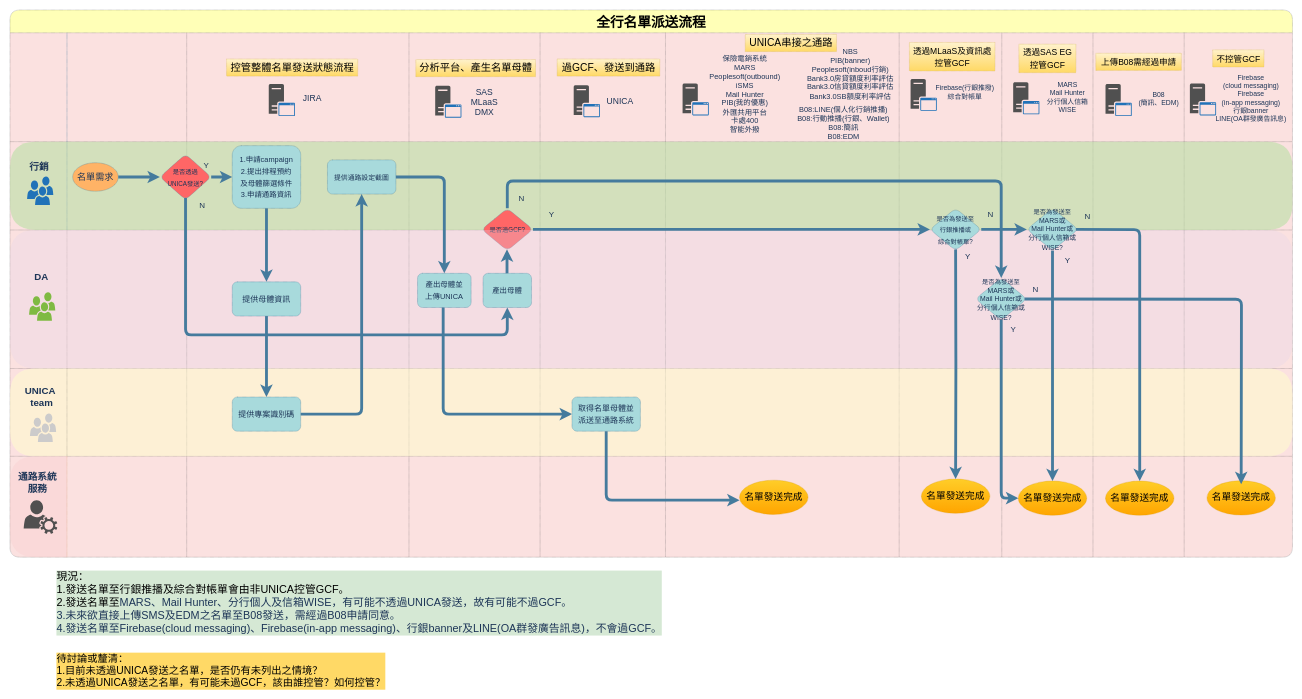
Earlier version of the draw.io diagram 全行名單流程.drawio (colin03564/drawio). Source tidied: cells renumbered, new cells numbered last; positions are measured from the earlier drawing's top-left corner, leaving out a move shared by most shapes. Both pictures are drawn from the tidied source at 57%, with x=0, y=0 at pixel (10, 10).
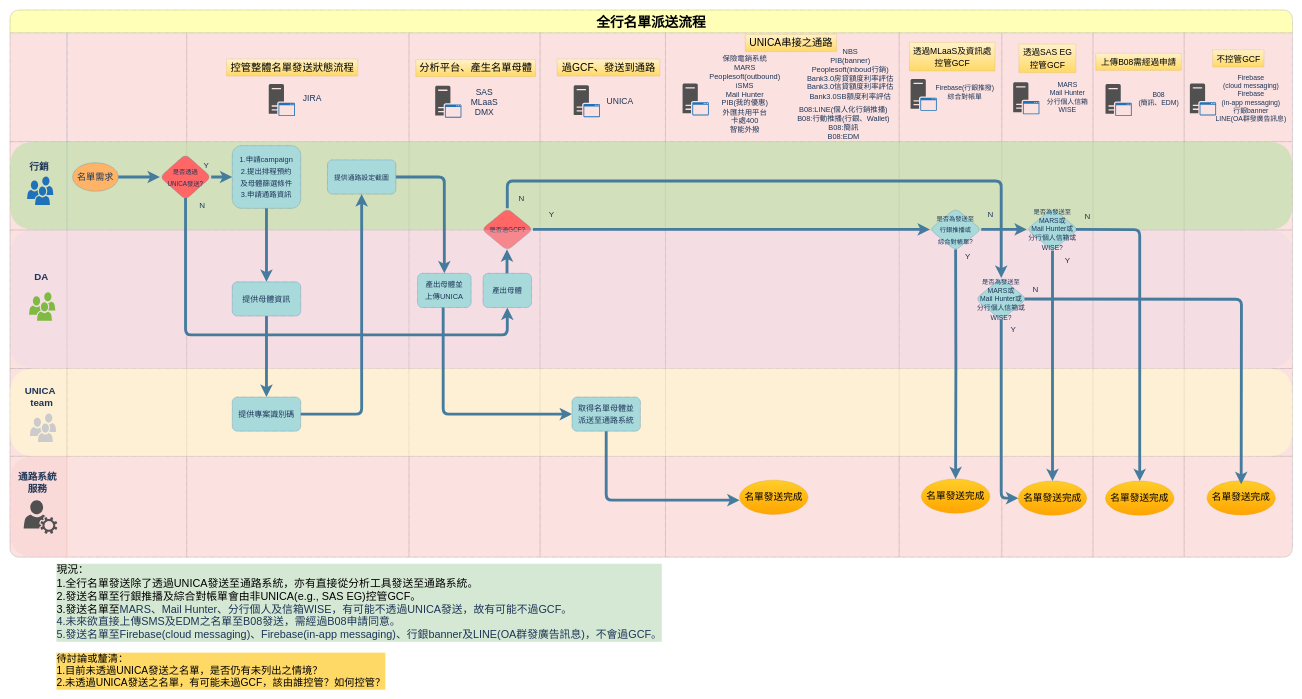
Above is the later version.

Commit message (it also covers changes not shown here):
更新全行名單流程.drawio

Change to the diagram source:
```diff
@@
-    <mxCell id="134" value="&lt;font style=&quot;font-size: 19px;&quot;&gt;&lt;span style=&quot;&quot;&gt;現況：&lt;br style=&quot;&quot;&gt;1.發送名單至行銀推播及綜合對帳單會由非UNICA控管GCF。&lt;br style=&quot;&quot;&gt;2.發送名單至&lt;span style=&quot;color: rgb(29, 53, 87); text-align: center;&quot;&gt;MARS、&lt;/span&gt;&lt;span style=&quot;color: rgb(29, 53, 87); text-align: center;&quot;&gt;Mail Hunter、&lt;/span&gt;&lt;span style=&quot;color: rgb(29, 53, 87); text-align: center;&quot;&gt;分行個人及信箱&lt;/span&gt;&lt;span style=&quot;color: rgb(29, 53, 87); text-align: center;&quot;&gt;WISE，有可能不透過UNICA發送，故有可能不過GCF。&lt;br style=&quot;&quot;&gt;&lt;/span&gt;&lt;/span&gt;&lt;span style=&quot;color: rgb(29, 53, 87); text-align: center;&quot;&gt;3.未來欲直接上傳SMS及EDM之名單至B08發送，需經過B08申請同意。&lt;br&gt;4.發送名單至&lt;/span&gt;&lt;span style=&quot;color: rgb(29, 53, 87); text-align: center;&quot;&gt;Firebase&lt;/span&gt;&lt;span style=&quot;color: rgb(29, 53, 87); text-align: center;&quot;&gt;(cloud messaging)、&lt;/span&gt;&lt;span style=&quot;color: rgb(29, 53, 87); text-align: center;&quot;&gt;Firebase&lt;/span&gt;&lt;span style=&quot;color: rgb(29, 53, 87); text-align: center;&quot;&gt;(in-app messaging)、&lt;/span&gt;&lt;span style=&quot;color: rgb(29, 53, 87); text-align: center;&quot;&gt;行銀banner及&lt;/span&gt;&lt;span style=&quot;color: rgb(29, 53, 87); text-align: center;&quot;&gt;LINE(OA群發廣告訊息)，不會過GCF。&lt;/span&gt;&lt;span style=&quot;color: rgb(29, 53, 87); font-size: 12px; text-align: center;&quot;&gt;&lt;br&gt;&lt;/span&gt;&lt;/font&gt;" style="text;html=1;align=left;verticalAlign=middle;fillColor=none;strokeColor=none;rounded=0;fontSize=18;opacity=50;labelBackgroundColor=#D5E8D4;" parent="1" vertex="1">
-      <mxGeometry x="79.5" y="980" width="1080" height="120" as="geometry" />
+    <mxCell id="134" value="&lt;font style=&quot;font-size: 19px;&quot;&gt;&lt;span style=&quot;&quot;&gt;現況：&lt;br style=&quot;&quot;&gt;1.全行名單發送除了透過UNICA發送至通路系統，亦有直接從分析工具發送至通路系統。&lt;br&gt;2.發送名單至行銀推播及綜合對帳單會由非UNICA(e.g., SAS EG)控管GCF。&lt;br style=&quot;&quot;&gt;3.發送名單至&lt;span style=&quot;color: rgb(29, 53, 87); text-align: center;&quot;&gt;MARS、&lt;/span&gt;&lt;span style=&quot;color: rgb(29, 53, 87); text-align: center;&quot;&gt;Mail Hunter、&lt;/span&gt;&lt;span style=&quot;color: rgb(29, 53, 87); text-align: center;&quot;&gt;分行個人及信箱&lt;/span&gt;&lt;span style=&quot;color: rgb(29, 53, 87); text-align: center;&quot;&gt;WISE，有可能不透過UNICA發送，故有可能不過GCF。&lt;br style=&quot;&quot;&gt;&lt;/span&gt;&lt;/span&gt;&lt;span style=&quot;color: rgb(29, 53, 87); text-align: center;&quot;&gt;4.未來欲直接上傳SMS及EDM之名單至B08發送，需經過B08申請同意。&lt;br&gt;5.發送名單至&lt;/span&gt;&lt;span style=&quot;color: rgb(29, 53, 87); text-align: center;&quot;&gt;Firebase&lt;/span&gt;&lt;span style=&quot;color: rgb(29, 53, 87); text-align: center;&quot;&gt;(cloud messaging)、&lt;/span&gt;&lt;span style=&quot;color: rgb(29, 53, 87); text-align: center;&quot;&gt;Firebase&lt;/span&gt;&lt;span style=&quot;color: rgb(29, 53, 87); text-align: center;&quot;&gt;(in-app messaging)、&lt;/span&gt;&lt;span style=&quot;color: rgb(29, 53, 87); text-align: center;&quot;&gt;行銀banner及&lt;/span&gt;&lt;span style=&quot;color: rgb(29, 53, 87); text-align: center;&quot;&gt;LINE(OA群發廣告訊息)，不會過GCF。&lt;/span&gt;&lt;span style=&quot;color: rgb(29, 53, 87); font-size: 12px; text-align: center;&quot;&gt;&lt;br&gt;&lt;/span&gt;&lt;/font&gt;" style="text;html=1;align=left;verticalAlign=middle;fillColor=none;strokeColor=none;rounded=0;fontSize=18;opacity=50;labelBackgroundColor=#D5E8D4;" parent="1" vertex="1">
+      <mxGeometry x="79.5" y="970" width="1080" height="140" as="geometry" />
     </mxCell>
```
